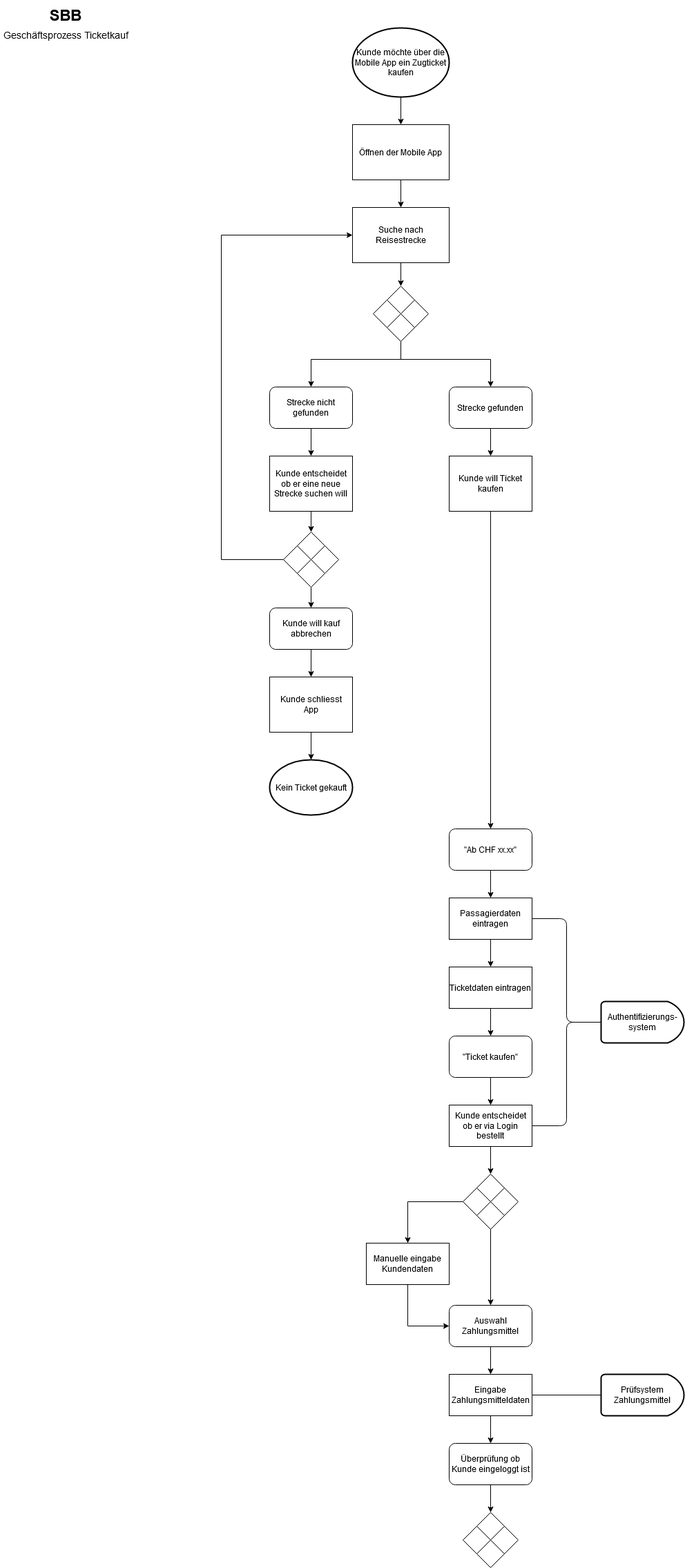
This is ablaufdiagramm.png from MokthecoolWok/m254, a draw.io export, as it was before one commit. Source tidied: cells renumbered, new cells last; positions are measured from the earlier drawing's top-left corner, leaving out a move shared by most shapes.
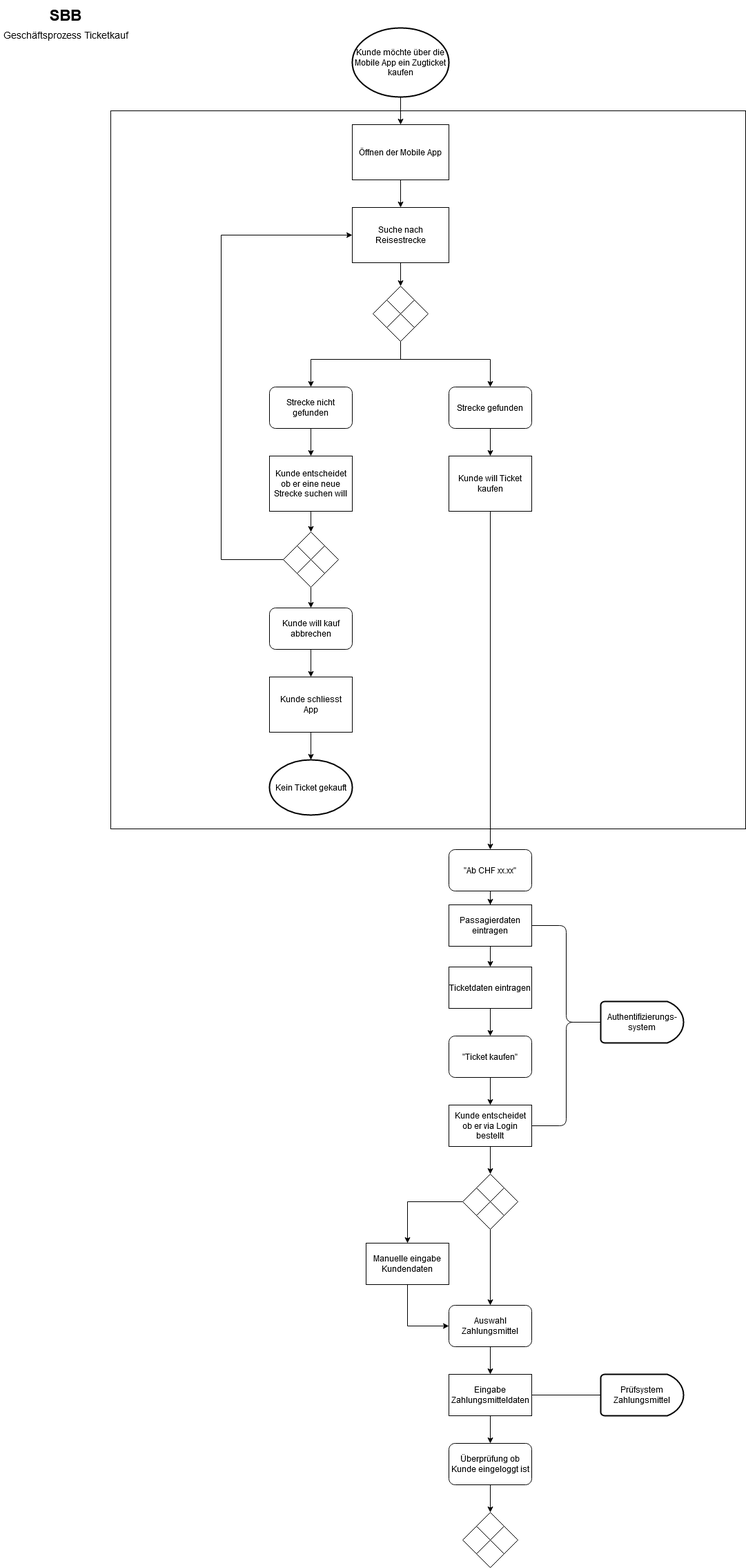
After the change.

What changed in the source:
```diff
@@ -2,6 +2,9 @@
   <root>
     <mxCell id="0" />
     <mxCell id="1" parent="0" />
+    <mxCell id="67" style="rounded=0;whiteSpace=wrap;html=1;labelBackgroundColor=#FFFFFF;" parent="1" vertex="1">
+      <mxGeometry x="160" y="160" width="920" height="1040" as="geometry" />
+    </mxCell>
     <mxCell id="2" style="edgeStyle=orthogonalEdgeStyle;rounded=0;orthogonalLoop=1;jettySize=auto;html=1;entryX=0.5;entryY=0;entryDx=0;entryDy=0;" parent="1" edge="1">
       <mxGeometry relative="1" as="geometry">
         <mxPoint x="580" y="140" as="sourcePoint" />
@@ -110,13 +113,11 @@
         </Array>
       </mxGeometry>
     </mxCell>
-    <mxCell id="26" style="edgeStyle=orthogonalEdgeStyle;rounded=0;jettySize=auto;html=1;" parent="1" edge="1" source="27">
-      <mxGeometry relative="1" as="geometry">
-        <mxPoint x="710" y="1300" as="targetPoint" />
-      </mxGeometry>
+    <mxCell id="26" style="edgeStyle=orthogonalEdgeStyle;rounded=0;jettySize=auto;html=1;entryX=0.5;entryY=0;entryDx=0;entryDy=0;" parent="1" edge="1" source="27" target="36">
+      <mxGeometry relative="1" as="geometry" />
     </mxCell>
     <mxCell id="27" value="&quot;Ab CHF xx.xx&quot;" style="rounded=1;whiteSpace=wrap;html=1;" parent="1" vertex="1">
-      <mxGeometry x="650" y="1200" width="120" height="60" as="geometry" />
+      <mxGeometry x="650" y="1230" width="120" height="60" as="geometry" />
     </mxCell>
     <mxCell id="28" value="Öffnen der Mobile App" style="rounded=0;whiteSpace=wrap;html=1;" parent="1" vertex="1">
       <mxGeometry x="510" y="180" width="140" height="80" as="geometry" />
@@ -143,7 +144,7 @@
       <mxGeometry relative="1" as="geometry" />
     </mxCell>
     <mxCell id="36" value="Passagierdaten eintragen" style="rounded=0;whiteSpace=wrap;html=1;" parent="1" vertex="1">
-      <mxGeometry x="650" y="1300" width="120" height="60" as="geometry" />
+      <mxGeometry x="650" y="1310" width="120" height="60" as="geometry" />
     </mxCell>
     <mxCell id="37" style="edgeStyle=orthogonalEdgeStyle;rounded=0;jettySize=auto;html=1;entryX=0.5;entryY=0;entryDx=0;entryDy=0;" parent="1" edge="1" source="38" target="40">
       <mxGeometry relative="1" as="geometry" />
@@ -225,7 +226,7 @@
     <mxCell id="57" style="endArrow=none;html=1;exitX=1;exitY=0.5;exitDx=0;exitDy=0;entryX=0;entryY=0.5;entryDx=0;entryDy=0;entryPerimeter=0;" parent="1" edge="1" source="36" target="50">
       <mxGeometry relative="1" as="geometry">
         <Array as="points">
-          <mxPoint x="820" y="1330" />
+          <mxPoint x="820" y="1340" />
           <mxPoint x="820" y="1480" />
         </Array>
       </mxGeometry>
```
